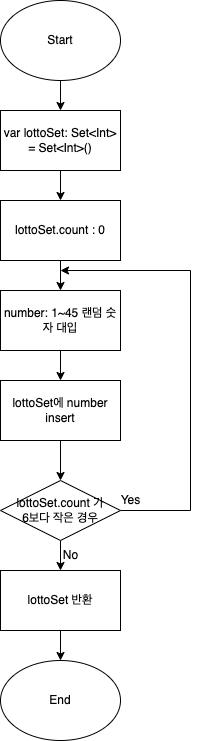
Before: flowchartstep1.png, a diagram exported from draw.io (yagom-academy/swift-starter-Round2). Source tidied: cells renumbered, new cells last; positions are measured from the earlier drawing's top-left corner, leaving out a move shared by most shapes. Its diagram source:
```xml
<mxGraphModel>
  <root>
    <mxCell id="0" />
    <mxCell id="1" parent="0" />
    <mxCell id="2" style="edgeStyle=orthogonalEdgeStyle;rounded=0;jettySize=auto;html=1;" parent="1" edge="1" source="3" target="11">
      <mxGeometry relative="1" as="geometry" />
    </mxCell>
    <mxCell id="3" value="Start" style="ellipse;whiteSpace=wrap;html=1;" parent="1" vertex="1">
      <mxGeometry width="120" height="80" as="geometry" />
    </mxCell>
    <mxCell id="4" style="edgeStyle=orthogonalEdgeStyle;rounded=0;jettySize=auto;html=1;entryX=0.5;entryY=0;entryDx=0;entryDy=0;" parent="1" edge="1" source="5" target="7">
      <mxGeometry relative="1" as="geometry" />
    </mxCell>
    <mxCell id="5" value="lottoSet.count : 0" style="rounded=0;whiteSpace=wrap;html=1;" parent="1" vertex="1">
      <mxGeometry y="200" width="120" height="60" as="geometry" />
    </mxCell>
    <mxCell id="6" style="edgeStyle=orthogonalEdgeStyle;rounded=0;jettySize=auto;html=1;" parent="1" edge="1" source="7" target="9">
      <mxGeometry relative="1" as="geometry" />
    </mxCell>
    <mxCell id="7" value="number: 1~45 랜덤 숫자 대입" style="rounded=0;whiteSpace=wrap;html=1;" parent="1" vertex="1">
      <mxGeometry y="290" width="120" height="60" as="geometry" />
    </mxCell>
    <mxCell id="8" style="edgeStyle=orthogonalEdgeStyle;rounded=0;jettySize=auto;html=1;entryX=0.5;entryY=0;entryDx=0;entryDy=0;" parent="1" edge="1" source="9" target="14">
      <mxGeometry relative="1" as="geometry" />
    </mxCell>
    <mxCell id="9" value="lottoSet에 number insert" style="rounded=0;whiteSpace=wrap;html=1;" parent="1" vertex="1">
      <mxGeometry y="380" width="120" height="60" as="geometry" />
    </mxCell>
    <mxCell id="10" style="edgeStyle=orthogonalEdgeStyle;rounded=0;jettySize=auto;html=1;entryX=0.5;entryY=0;entryDx=0;entryDy=0;" parent="1" edge="1" source="11" target="5">
      <mxGeometry relative="1" as="geometry" />
    </mxCell>
    <mxCell id="11" value="var lottoSet: Set&amp;lt;Int&amp;gt; = Set&amp;lt;Int&amp;gt;()" style="rounded=0;whiteSpace=wrap;html=1;" parent="1" vertex="1">
      <mxGeometry y="110" width="120" height="60" as="geometry" />
    </mxCell>
    <mxCell id="12" style="edgeStyle=orthogonalEdgeStyle;rounded=0;jettySize=auto;html=1;entryX=0.5;entryY=0;entryDx=0;entryDy=0;" parent="1" edge="1" source="14" target="16">
      <mxGeometry relative="1" as="geometry" />
    </mxCell>
    <mxCell id="13" style="edgeStyle=orthogonalEdgeStyle;rounded=0;jettySize=auto;html=1;" parent="1" edge="1" source="14">
      <mxGeometry relative="1" as="geometry">
        <mxPoint x="60" y="270" as="targetPoint" />
        <Array as="points">
          <mxPoint x="190" y="510" />
        </Array>
      </mxGeometry>
    </mxCell>
    <mxCell id="14" value="lottoSet.count 가&lt;br&gt;6보다 작은 경우" style="rhombus;whiteSpace=wrap;html=1;" parent="1" vertex="1">
      <mxGeometry y="480" width="120" height="60" as="geometry" />
    </mxCell>
    <mxCell id="15" style="edgeStyle=orthogonalEdgeStyle;rounded=0;jettySize=auto;html=1;entryX=0.5;entryY=0;entryDx=0;entryDy=0;" parent="1" edge="1" source="16" target="17">
      <mxGeometry relative="1" as="geometry" />
    </mxCell>
    <mxCell id="16" value="lottoSet 반환" style="rounded=0;whiteSpace=wrap;html=1;" parent="1" vertex="1">
      <mxGeometry y="570" width="120" height="60" as="geometry" />
    </mxCell>
    <mxCell id="17" value="End" style="ellipse;whiteSpace=wrap;html=1;" parent="1" vertex="1">
      <mxGeometry y="660" width="120" height="80" as="geometry" />
    </mxCell>
    <mxCell id="18" value="Yes" style="text;html=1;align=center;verticalAlign=middle;strokeColor=none;fillColor=none;" parent="1" vertex="1">
      <mxGeometry x="110" y="485" width="40" height="30" as="geometry" />
    </mxCell>
    <mxCell id="19" value="No" style="text;html=1;align=center;verticalAlign=middle;strokeColor=none;fillColor=none;" parent="1" vertex="1">
      <mxGeometry x="50" y="540" width="40" height="30" as="geometry" />
    </mxCell>
  </root>
</mxGraphModel>
```
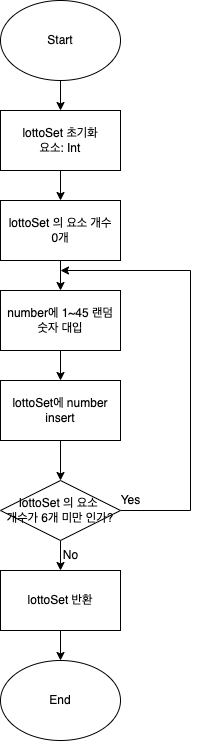
The same file after the commit.

Commit message:
Step 1. edit flowchart

Diff of the diagram source:
```diff
@@ -11,13 +11,13 @@
     <mxCell id="4" style="edgeStyle=orthogonalEdgeStyle;rounded=0;jettySize=auto;html=1;entryX=0.5;entryY=0;entryDx=0;entryDy=0;" parent="1" edge="1" source="5" target="7">
       <mxGeometry relative="1" as="geometry" />
     </mxCell>
-    <mxCell id="5" value="lottoSet.count : 0" style="rounded=0;whiteSpace=wrap;html=1;" parent="1" vertex="1">
+    <mxCell id="5" value="lottoSet 의 요소 개수&lt;br&gt;0개" style="rounded=0;whiteSpace=wrap;html=1;" parent="1" vertex="1">
       <mxGeometry y="200" width="120" height="60" as="geometry" />
     </mxCell>
     <mxCell id="6" style="edgeStyle=orthogonalEdgeStyle;rounded=0;jettySize=auto;html=1;" parent="1" edge="1" source="7" target="9">
       <mxGeometry relative="1" as="geometry" />
     </mxCell>
-    <mxCell id="7" value="number: 1~45 랜덤 숫자 대입" style="rounded=0;whiteSpace=wrap;html=1;" parent="1" vertex="1">
+    <mxCell id="7" value="number에 1~45 랜덤 숫자 대입" style="rounded=0;whiteSpace=wrap;html=1;" parent="1" vertex="1">
       <mxGeometry y="290" width="120" height="60" as="geometry" />
     </mxCell>
     <mxCell id="8" style="edgeStyle=orthogonalEdgeStyle;rounded=0;jettySize=auto;html=1;entryX=0.5;entryY=0;entryDx=0;entryDy=0;" parent="1" edge="1" source="9" target="14">
@@ -29,7 +29,7 @@
     <mxCell id="10" style="edgeStyle=orthogonalEdgeStyle;rounded=0;jettySize=auto;html=1;entryX=0.5;entryY=0;entryDx=0;entryDy=0;" parent="1" edge="1" source="11" target="5">
       <mxGeometry relative="1" as="geometry" />
     </mxCell>
-    <mxCell id="11" value="var lottoSet: Set&amp;lt;Int&amp;gt; = Set&amp;lt;Int&amp;gt;()" style="rounded=0;whiteSpace=wrap;html=1;" parent="1" vertex="1">
+    <mxCell id="11" value="lottoSet 초기화&lt;br&gt;요소: Int" style="rounded=0;whiteSpace=wrap;html=1;" parent="1" vertex="1">
       <mxGeometry y="110" width="120" height="60" as="geometry" />
     </mxCell>
     <mxCell id="12" style="edgeStyle=orthogonalEdgeStyle;rounded=0;jettySize=auto;html=1;entryX=0.5;entryY=0;entryDx=0;entryDy=0;" parent="1" edge="1" source="14" target="16">
@@ -43,7 +43,7 @@
         </Array>
       </mxGeometry>
     </mxCell>
-    <mxCell id="14" value="lottoSet.count 가&lt;br&gt;6보다 작은 경우" style="rhombus;whiteSpace=wrap;html=1;" parent="1" vertex="1">
+    <mxCell id="14" value="lottoSet 의 요소&amp;nbsp;&lt;br&gt;개수가 6개 미만 인가?" style="rhombus;whiteSpace=wrap;html=1;" parent="1" vertex="1">
       <mxGeometry y="480" width="120" height="60" as="geometry" />
     </mxCell>
     <mxCell id="15" style="edgeStyle=orthogonalEdgeStyle;rounded=0;jettySize=auto;html=1;entryX=0.5;entryY=0;entryDx=0;entryDy=0;" parent="1" edge="1" source="16" target="17">
```
